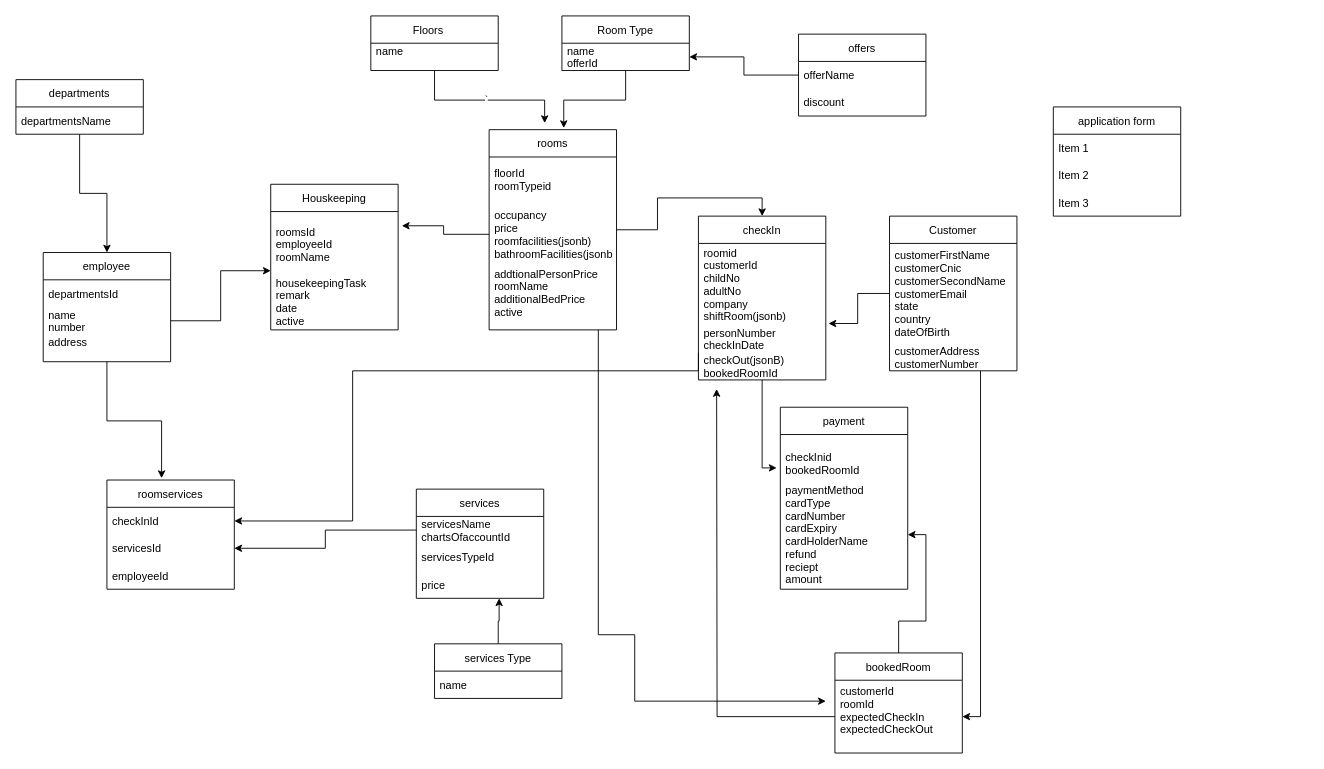
zaryabali786/erdDiagram keeps this draw.io diagram as new9.drawio. Above is the earlier version. Source tidied: cells renumbered, new cells numbered last; positions are measured from the earlier drawing's top-left corner, leaving out a move shared by most shapes. Both pictures are drawn from the tidied source at 91%, with x=0, y=0 at pixel (15, 15).
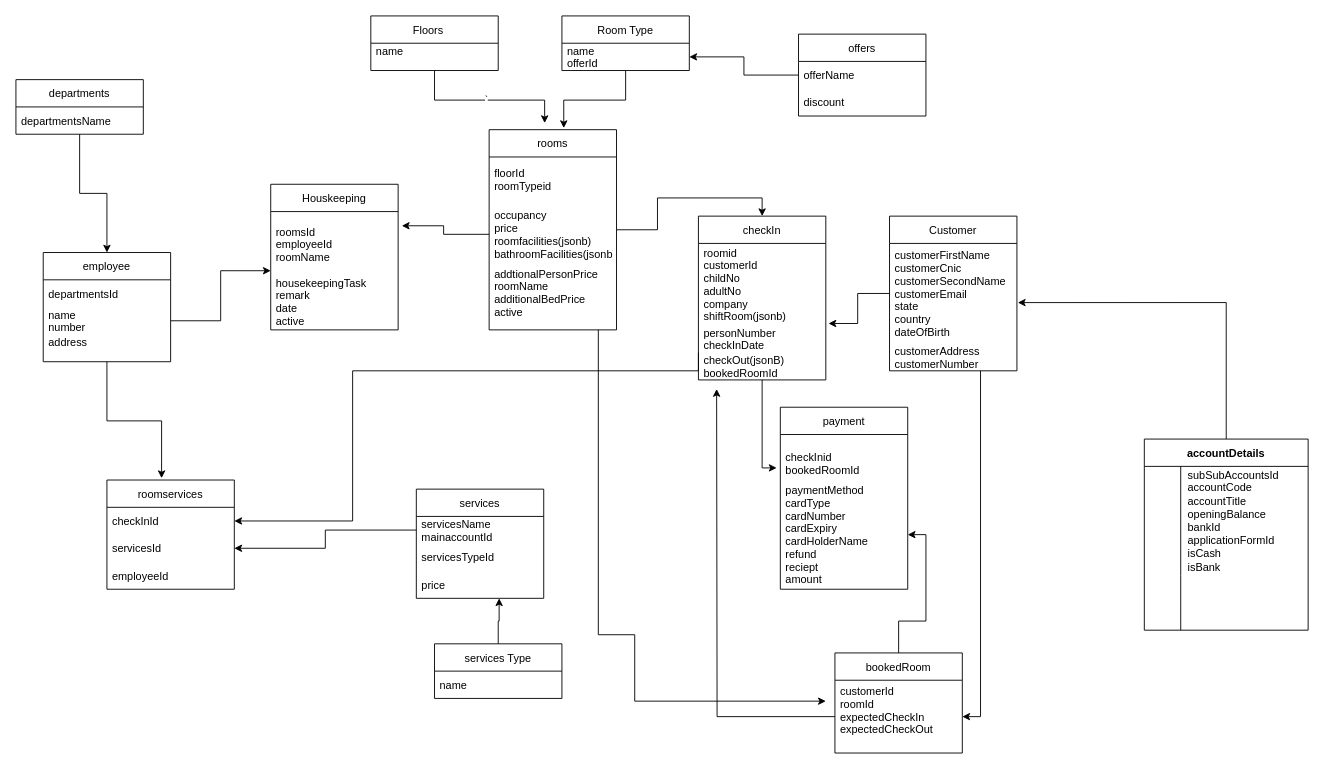
The same diagram, later.

Unchanged cells that the change refers to:
```xml
<mxCell id="18" value="services" style="swimlane;fontStyle=0;horizontal=1;startSize=30;" parent="1" vertex="1">
  <mxGeometry x="440" y="520" width="140" height="120" as="geometry" />
</mxCell>
<mxCell id="30" value="customerFirstName&#10;customerCnic&#10;customerSecondName&#10;customerEmail&#10;state&#10;country&#10;dateOfBirth" style="text;strokeColor=none;fillColor=none;align=left;verticalAlign=middle;spacingLeft=4;spacingRight=4;overflow=hidden;points=[[0,0.5],[1,0.5]];portConstraint=eastwest;" parent="29" vertex="1">
  <mxGeometry y="30" width="140" height="110" as="geometry" />
</mxCell>
```

The edit, as a diff of the source:
```diff
@@
-    <mxCell id="19" value="servicesName&#10;chartsOfaccountId" style="text;strokeColor=none;fillColor=none;align=left;verticalAlign=middle;spacingLeft=4;spacingRight=4;overflow=hidden;points=[[0,0.5],[1,0.5]];portConstraint=eastwest;" parent="18" vertex="1">
+    <mxCell id="19" value="servicesName&#10;mainaccountId" style="text;strokeColor=none;fillColor=none;align=left;verticalAlign=middle;spacingLeft=4;spacingRight=4;overflow=hidden;points=[[0,0.5],[1,0.5]];portConstraint=eastwest;" parent="18" vertex="1">
       <mxGeometry y="30" width="140" height="30" as="geometry" />
     </mxCell>
@@
-    <mxCell id="60" value="application form" style="swimlane;fontStyle=0;horizontal=1;startSize=30;" parent="1" vertex="1">
-      <mxGeometry x="1140" y="100" width="140" height="120" as="geometry" />
-    </mxCell>
-    <mxCell id="61" value="Item 1" style="text;strokeColor=none;fillColor=none;align=left;verticalAlign=middle;spacingLeft=4;spacingRight=4;overflow=hidden;" parent="60" vertex="1">
-      <mxGeometry y="30" width="140" height="30" as="geometry" />
-    </mxCell>
-    <mxCell id="62" value="Item 2" style="text;strokeColor=none;fillColor=none;align=left;verticalAlign=middle;spacingLeft=4;spacingRight=4;overflow=hidden;" parent="60" vertex="1">
-      <mxGeometry y="60" width="140" height="30" as="geometry" />
-    </mxCell>
-    <mxCell id="63" value="Item 3" style="text;strokeColor=none;fillColor=none;align=left;verticalAlign=middle;spacingLeft=4;spacingRight=4;overflow=hidden;" parent="60" vertex="1">
-      <mxGeometry y="90" width="140" height="30" as="geometry" />
-    </mxCell>
+    <mxCell id="64" style="edgeStyle=orthogonalEdgeStyle;rounded=0;jettySize=auto;html=1;entryX=1.007;entryY=0.591;entryDx=0;entryDy=0;entryPerimeter=0;" parent="1" edge="1" source="65" target="30">
+      <mxGeometry relative="1" as="geometry" />
+    </mxCell>
+    <mxCell id="65" value="accountDetails" style="shape=table;startSize=30;childLayout=tableLayout;rowLines=0;fontStyle=1;" parent="1" vertex="1">
+      <mxGeometry x="1240" y="465" width="180" height="210" as="geometry" />
+    </mxCell>
+    <mxCell id="66" style="shape=tableRow;horizontal=0;startSize=0;swimlaneHead=0;swimlaneBody=0;top=0;left=0;bottom=0;right=0;fillColor=none;" parent="65" vertex="1">
+      <mxGeometry y="30" width="180" height="120" as="geometry" />
+    </mxCell>
+    <mxCell id="67" style="shape=partialRectangle;html=1;whiteSpace=wrap;fillColor=none;top=0;left=0;bottom=0;right=0;overflow=hidden;" parent="66" vertex="1">
+      <mxGeometry width="40" height="120" as="geometry" />
+    </mxCell>
+    <mxCell id="68" value="subSubAccountsId&lt;br&gt;accountCode&lt;br&gt;accountTitle&lt;br&gt;openingBalance&lt;br&gt;bankId&lt;br&gt;applicationFormId&lt;br&gt;isCash&lt;br&gt;isBank" style="shape=partialRectangle;html=1;whiteSpace=wrap;fillColor=none;top=0;left=0;bottom=0;right=0;align=left;spacingLeft=6;overflow=hidden;" parent="66" vertex="1">
+      <mxGeometry x="40" width="140" height="120" as="geometry" />
+    </mxCell>
+    <mxCell id="69" style="shape=tableRow;horizontal=0;startSize=0;swimlaneHead=0;swimlaneBody=0;top=0;left=0;bottom=0;right=0;fillColor=none;" parent="65" vertex="1">
+      <mxGeometry y="150" width="180" height="30" as="geometry" />
+    </mxCell>
+    <mxCell id="70" style="shape=partialRectangle;html=1;whiteSpace=wrap;fillColor=none;top=0;left=0;bottom=0;right=0;overflow=hidden;" parent="69" vertex="1">
+      <mxGeometry width="40" height="30" as="geometry" />
+    </mxCell>
+    <mxCell id="71" style="shape=partialRectangle;html=1;whiteSpace=wrap;fillColor=none;top=0;left=0;bottom=0;right=0;align=left;spacingLeft=6;overflow=hidden;" parent="69" vertex="1">
+      <mxGeometry x="40" width="140" height="30" as="geometry" />
+    </mxCell>
+    <mxCell id="72" style="shape=tableRow;horizontal=0;startSize=0;swimlaneHead=0;swimlaneBody=0;top=0;left=0;bottom=0;right=0;fillColor=none;" parent="65" vertex="1">
+      <mxGeometry y="180" width="180" height="30" as="geometry" />
+    </mxCell>
+    <mxCell id="73" style="shape=partialRectangle;html=1;whiteSpace=wrap;fillColor=none;top=0;left=0;bottom=0;right=0;overflow=hidden;" parent="72" vertex="1">
+      <mxGeometry width="40" height="30" as="geometry" />
+    </mxCell>
+    <mxCell id="74" style="shape=partialRectangle;html=1;whiteSpace=wrap;fillColor=none;top=0;left=0;bottom=0;right=0;align=left;spacingLeft=6;overflow=hidden;" parent="72" vertex="1">
+      <mxGeometry x="40" width="140" height="30" as="geometry" />
+    </mxCell>
```
